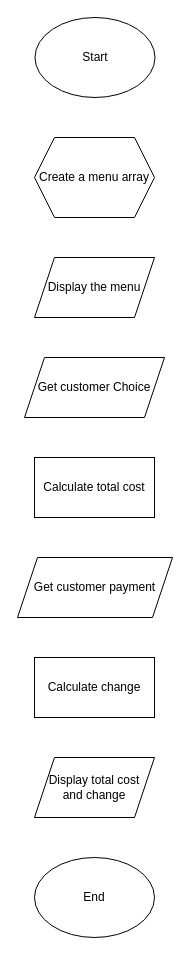
Above: OrderingSystem.drawio in kiz-boop/Ordering-System (draw.io), before the change. Source tidied: cells renumbered, new cells numbered last; positions are measured from the earlier drawing's top-left corner, leaving out a move shared by most shapes. Both pictures are drawn from the tidied source at 100%, with x=0, y=0 at pixel (17, 17).
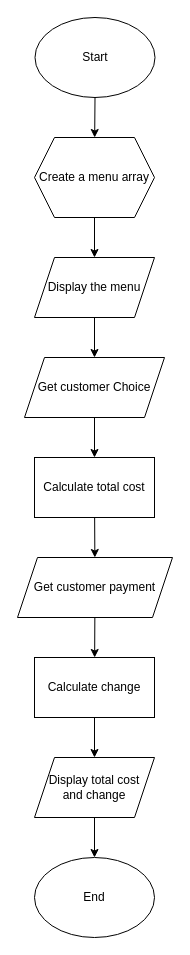
The same page after the edit.

Commit message:
Enhance diagram in OrderingSystem.drawio with additional edges and improved layout for better flow representation

Change to the diagram source:
```diff
@@
 <mxGraphModel>
   <root>
     <mxCell id="0" />
     <mxCell id="1" parent="0" />
+    <mxCell id="11" style="edgeStyle=none;html=1;" parent="1" edge="1" source="2" target="3">
+      <mxGeometry relative="1" as="geometry" />
+    </mxCell>
     <mxCell id="2" value="Start" style="ellipse;whiteSpace=wrap;html=1;" parent="1" vertex="1">
       <mxGeometry x="17.5" width="120" height="80" as="geometry" />
     </mxCell>
+    <mxCell id="12" style="edgeStyle=none;html=1;" parent="1" edge="1" source="3" target="4">
+      <mxGeometry relative="1" as="geometry" />
+    </mxCell>
     <mxCell id="3" value="Create a menu array" style="shape=hexagon;perimeter=hexagonPerimeter2;whiteSpace=wrap;html=1;fixedSize=1;" parent="1" vertex="1">
       <mxGeometry x="17" y="120" width="120" height="80" as="geometry" />
     </mxCell>
+    <mxCell id="13" style="edgeStyle=none;html=1;" parent="1" edge="1" source="4" target="5">
+      <mxGeometry relative="1" as="geometry" />
+    </mxCell>
     <mxCell id="4" value="Display the menu" style="shape=parallelogram;perimeter=parallelogramPerimeter;whiteSpace=wrap;html=1;fixedSize=1;" parent="1" vertex="1">
       <mxGeometry x="17" y="240" width="120" height="60" as="geometry" />
     </mxCell>
+    <mxCell id="14" style="edgeStyle=none;html=1;" parent="1" edge="1" source="5" target="6">
+      <mxGeometry relative="1" as="geometry" />
+    </mxCell>
     <mxCell id="5" value="Get customer Choice" style="shape=parallelogram;perimeter=parallelogramPerimeter;whiteSpace=wrap;html=1;fixedSize=1;" parent="1" vertex="1">
       <mxGeometry x="7" y="340" width="140" height="60" as="geometry" />
     </mxCell>
+    <mxCell id="15" style="edgeStyle=none;html=1;" parent="1" edge="1" source="6" target="7">
+      <mxGeometry relative="1" as="geometry" />
+    </mxCell>
     <mxCell id="6" value="Calculate total cost" style="rounded=0;whiteSpace=wrap;html=1;" parent="1" vertex="1">
       <mxGeometry x="17" y="440" width="120" height="60" as="geometry" />
     </mxCell>
+    <mxCell id="16" style="edgeStyle=none;html=1;" parent="1" edge="1" source="7" target="8">
+      <mxGeometry relative="1" as="geometry" />
+    </mxCell>
     <mxCell id="7" value="Get customer payment" style="shape=parallelogram;perimeter=parallelogramPerimeter;whiteSpace=wrap;html=1;fixedSize=1;" parent="1" vertex="1">
       <mxGeometry y="540" width="155" height="60" as="geometry" />
     </mxCell>
+    <mxCell id="17" style="edgeStyle=none;html=1;" parent="1" edge="1" source="8" target="9">
+      <mxGeometry relative="1" as="geometry" />
+    </mxCell>
     <mxCell id="8" value="Calculate change" style="rounded=0;whiteSpace=wrap;html=1;" parent="1" vertex="1">
       <mxGeometry x="17" y="640" width="120" height="60" as="geometry" />
     </mxCell>
+    <mxCell id="18" style="edgeStyle=none;html=1;" parent="1" edge="1" source="9" target="10">
+      <mxGeometry relative="1" as="geometry" />
+    </mxCell>
     <mxCell id="9" value="Display total cost&lt;div&gt;and change&lt;/div&gt;" style="shape=parallelogram;perimeter=parallelogramPerimeter;whiteSpace=wrap;html=1;fixedSize=1;" parent="1" vertex="1">
       <mxGeometry x="17" y="740" width="120" height="60" as="geometry" />
     </mxCell>
     <mxCell id="10" value="End" style="ellipse;whiteSpace=wrap;html=1;" parent="1" vertex="1">
       <mxGeometry x="17" y="840" width="120" height="80" as="geometry" />
     </mxCell>
   </root>
 </mxGraphModel>
```
